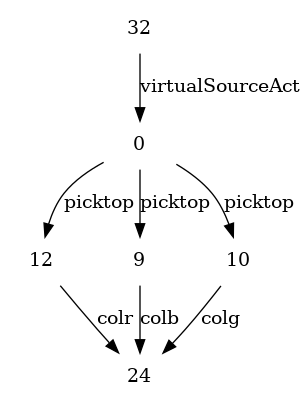
Before: PRP_planner-for-relevant-policies/solutionsByPRP/fond_3colorblocks.png, a diagram exported from Graphviz (Tridu33/SAVG). Its source is kept beside it as PRP_planner-for-relevant-policies/solutionsByPRP/fond_3colorblocks.dot. The source it was exported from:
```dot
digraph G {
    node [shape=plaintext]
12->24[label = "colr"]

9->24[label = "colb"]

10->24[label = "colg"]

0->12[label = "picktop"]
0->10[label = "picktop"]
0->9[label = "picktop"]

32->0[label = "virtualSourceAct"]

}
```
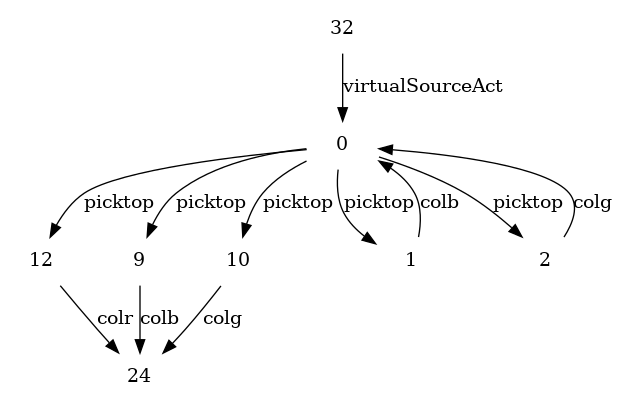
Later version of the same file.

Change to the diagram source:
```diff
@@ -9,7 +9,13 @@
 0->12[label = "picktop"]
 0->10[label = "picktop"]
 0->9[label = "picktop"]
+0->1[label = "picktop"]
+0->2[label = "picktop"]
 
 32->0[label = "virtualSourceAct"]
 
+2->0[label = "colg"]
+
+1->0[label = "colb"]
+
 }
```
